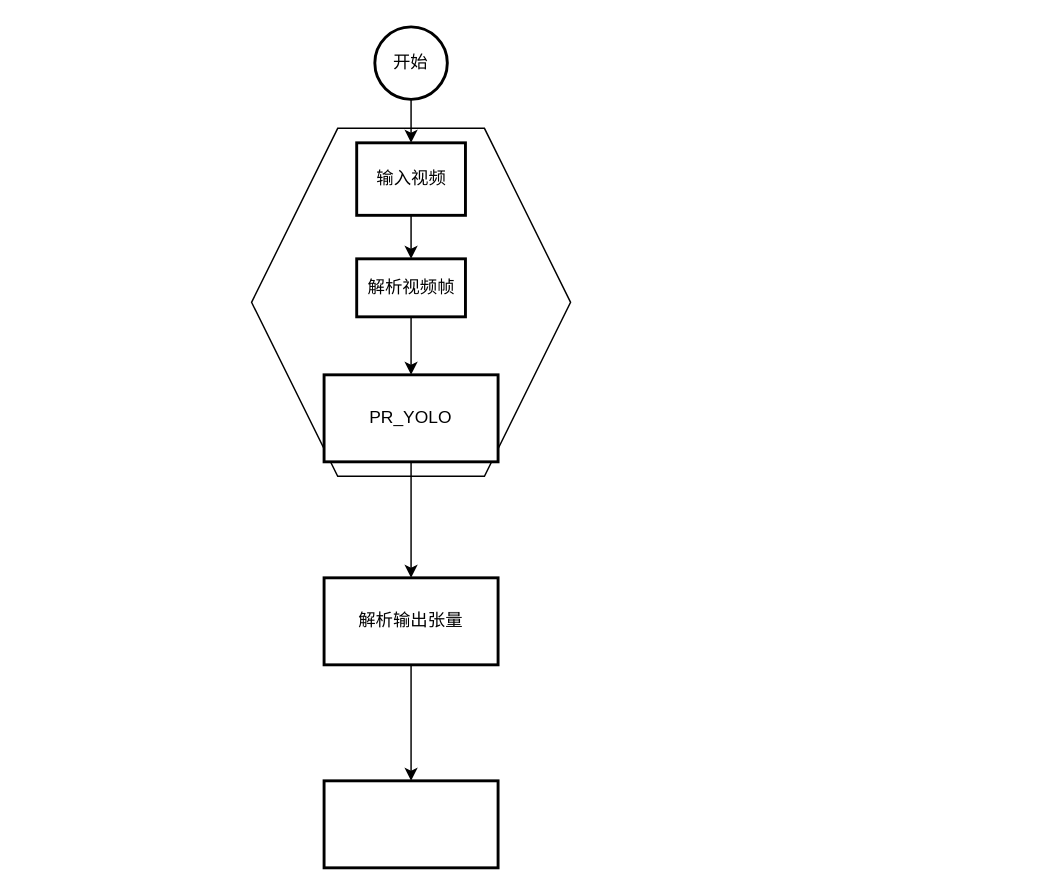
Before: Untitled Diagram.drawio in JiJiGuoGuo/HTML, a draw.io diagram. Source tidied: cells renumbered, new cells numbered last; positions are measured from the earlier drawing's top-left corner, leaving out a move shared by most shapes. Both pictures are drawn from the tidied source at 145%, with x=0, y=0 at pixel (251, 26).
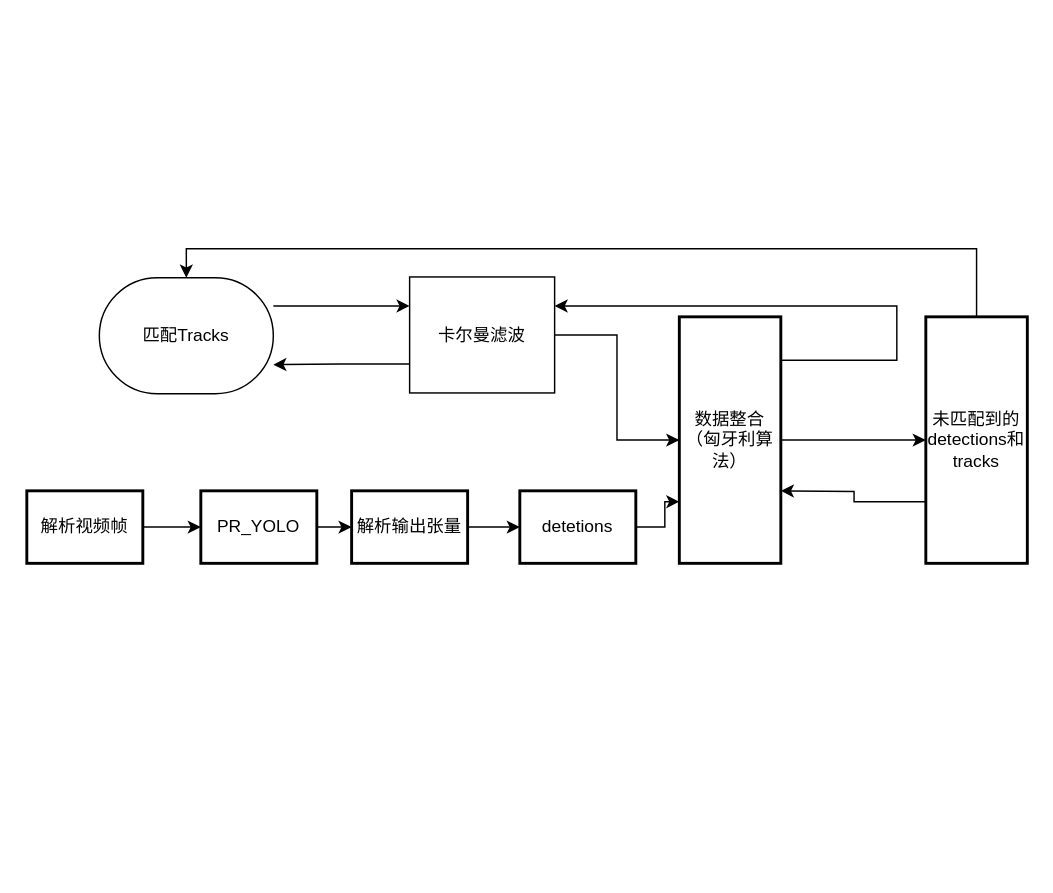
The same page after the edit.

Change to the diagram source:
```diff
@@
-    <mxCell id="2" style="verticalLabelPosition=bottom;verticalAlign=top;html=1;shape=hexagon;perimeter=hexagonPerimeter2;arcSize=6;size=0.27;" parent="1" vertex="1">
-      <mxGeometry y="70" width="220" height="240" as="geometry" />
-    </mxCell>
-    <mxCell id="3" style="edgeStyle=orthogonalEdgeStyle;rounded=0;jettySize=auto;html=1;" parent="1" edge="1" source="4" target="6">
-      <mxGeometry relative="1" as="geometry" />
-    </mxCell>
-    <mxCell id="4" value="开始" style="strokeWidth=2;html=1;shape=mxgraph.flowchart.start_2;whiteSpace=wrap;" parent="1" vertex="1">
-      <mxGeometry x="85" width="50" height="50" as="geometry" />
-    </mxCell>
-    <mxCell id="5" style="edgeStyle=orthogonalEdgeStyle;rounded=0;jettySize=auto;html=1;" parent="1" edge="1" source="6" target="8">
-      <mxGeometry relative="1" as="geometry" />
-    </mxCell>
-    <mxCell id="6" value="输入视频" style="whiteSpace=wrap;html=1;strokeWidth=2;" parent="1" vertex="1">
-      <mxGeometry x="72.5" y="80" width="75" height="50" as="geometry" />
-    </mxCell>
@@
     <mxCell id="8" value="解析视频帧" style="whiteSpace=wrap;html=1;strokeWidth=2;" parent="1" vertex="1">
-      <mxGeometry x="72.5" y="160" width="75" height="40" as="geometry" />
+      <mxGeometry x="-155" y="320" width="80" height="50" as="geometry" />
     </mxCell>
@@
     <mxCell id="10" value="PR_YOLO" style="whiteSpace=wrap;html=1;strokeWidth=2;" parent="1" vertex="1">
-      <mxGeometry x="50" y="240" width="120" height="60" as="geometry" />
+      <mxGeometry x="-35" y="320" width="80" height="50" as="geometry" />
     </mxCell>
@@
     <mxCell id="12" value="解析输出张量" style="whiteSpace=wrap;html=1;strokeWidth=2;" parent="1" vertex="1">
-      <mxGeometry x="50" y="380" width="120" height="60" as="geometry" />
+      <mxGeometry x="69" y="320" width="80" height="50" as="geometry" />
     </mxCell>
+    <mxCell id="14" style="edgeStyle=orthogonalEdgeStyle;rounded=0;jettySize=auto;html=1;entryX=0;entryY=0.75;entryDx=0;entryDy=0;" parent="1" edge="1" source="13" target="17">
+      <mxGeometry relative="1" as="geometry" />
+    </mxCell>
-    <mxCell id="13" style="whiteSpace=wrap;html=1;strokeWidth=2;" parent="1" vertex="1">
-      <mxGeometry x="50" y="520" width="120" height="60" as="geometry" />
+    <mxCell id="13" value="detetions" style="whiteSpace=wrap;html=1;strokeWidth=2;" parent="1" vertex="1">
+      <mxGeometry x="185" y="320" width="80" height="50" as="geometry" />
     </mxCell>
+    <mxCell id="15" style="edgeStyle=orthogonalEdgeStyle;rounded=0;jettySize=auto;html=1;entryX=0;entryY=0.5;entryDx=0;entryDy=0;" parent="1" edge="1" source="17" target="25">
+      <mxGeometry relative="1" as="geometry" />
+    </mxCell>
+    <mxCell id="16" style="edgeStyle=orthogonalEdgeStyle;rounded=0;jettySize=auto;html=1;entryX=1;entryY=0.25;entryDx=0;entryDy=0;" parent="1" edge="1" source="17" target="22">
+      <mxGeometry relative="1" as="geometry">
+        <Array as="points">
+          <mxPoint x="445" y="230" />
+          <mxPoint x="445" y="193" />
+        </Array>
+      </mxGeometry>
+    </mxCell>
+    <mxCell id="17" value="数据整合&lt;br&gt;（匈牙利算法）" style="whiteSpace=wrap;html=1;strokeWidth=2;" parent="1" vertex="1">
+      <mxGeometry x="295" y="200" width="70" height="170" as="geometry" />
+    </mxCell>
+    <mxCell id="18" style="edgeStyle=orthogonalEdgeStyle;rounded=0;jettySize=auto;html=1;entryX=0;entryY=0.25;entryDx=0;entryDy=0;" parent="1" edge="1" source="19" target="22">
+      <mxGeometry relative="1" as="geometry">
+        <Array as="points">
+          <mxPoint x="62" y="193" />
+        </Array>
+      </mxGeometry>
+    </mxCell>
+    <mxCell id="19" value="匹配Tracks" style="rounded=1;whiteSpace=wrap;html=1;shadow=0;sketch=0;glass=0;labelPadding=0;strokeOpacity=100;arcSize=50;" parent="1" vertex="1">
+      <mxGeometry x="-105" y="173" width="120" height="80" as="geometry" />
+    </mxCell>
+    <mxCell id="20" style="edgeStyle=orthogonalEdgeStyle;rounded=0;jettySize=auto;html=1;exitX=0;exitY=0.75;exitDx=0;exitDy=0;entryX=1;entryY=0.75;entryDx=0;entryDy=0;" parent="1" edge="1" source="22" target="19">
+      <mxGeometry relative="1" as="geometry" />
+    </mxCell>
+    <mxCell id="21" style="edgeStyle=orthogonalEdgeStyle;rounded=0;jettySize=auto;html=1;entryX=0;entryY=0.5;entryDx=0;entryDy=0;" parent="1" edge="1" source="22" target="17">
+      <mxGeometry relative="1" as="geometry" />
+    </mxCell>
+    <mxCell id="22" value="卡尔曼滤波" style="whiteSpace=wrap;html=1;rounded=1;shadow=0;glass=0;sketch=0;arcSize=0;" parent="1" vertex="1">
+      <mxGeometry x="109" y="172.5" width="100" height="80" as="geometry" />
+    </mxCell>
+    <mxCell id="23" style="edgeStyle=orthogonalEdgeStyle;rounded=0;jettySize=auto;html=1;exitX=0;exitY=0.75;exitDx=0;exitDy=0;" parent="1" edge="1" source="25">
+      <mxGeometry relative="1" as="geometry">
+        <mxPoint x="365" y="320" as="targetPoint" />
+      </mxGeometry>
+    </mxCell>
+    <mxCell id="24" style="edgeStyle=orthogonalEdgeStyle;rounded=0;jettySize=auto;html=1;exitX=0.5;exitY=0;exitDx=0;exitDy=0;entryX=0.5;entryY=0;entryDx=0;entryDy=0;" parent="1" edge="1" source="25" target="19">
+      <mxGeometry relative="1" as="geometry" />
+    </mxCell>
+    <mxCell id="25" value="未匹配到的detections和tracks" style="whiteSpace=wrap;html=1;strokeWidth=2;" parent="1" vertex="1">
+      <mxGeometry x="465" y="200" width="70" height="170" as="geometry" />
+    </mxCell>
```
